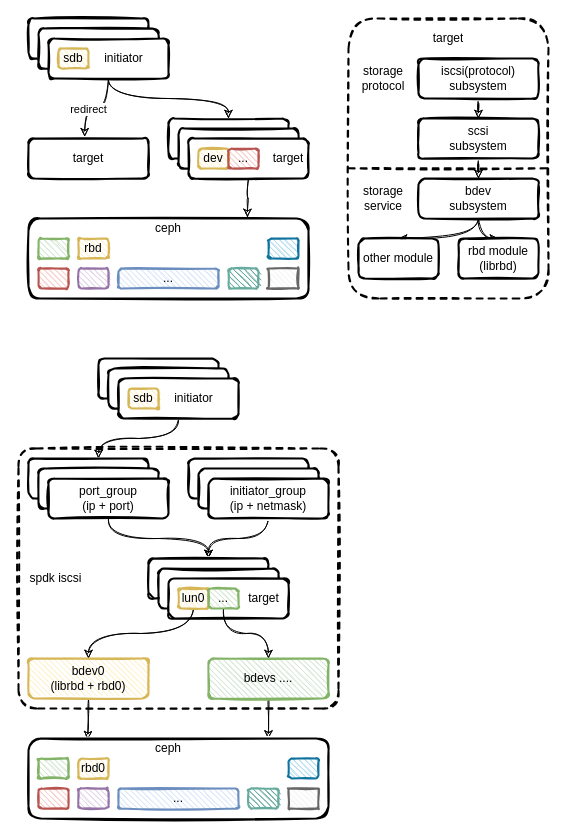
Before: page "spdk_ceph" (1 of 2) of spdk/spdk_iscsi.drawio in EarthWind/deeparch, a draw.io diagram. Source tidied: cells renumbered, new cells numbered last; positions are measured from the earlier drawing's top-left corner, leaving out a move shared by most shapes. Both pictures are drawn from the tidied source at 100%, with x=0, y=0 at pixel (18, 18).
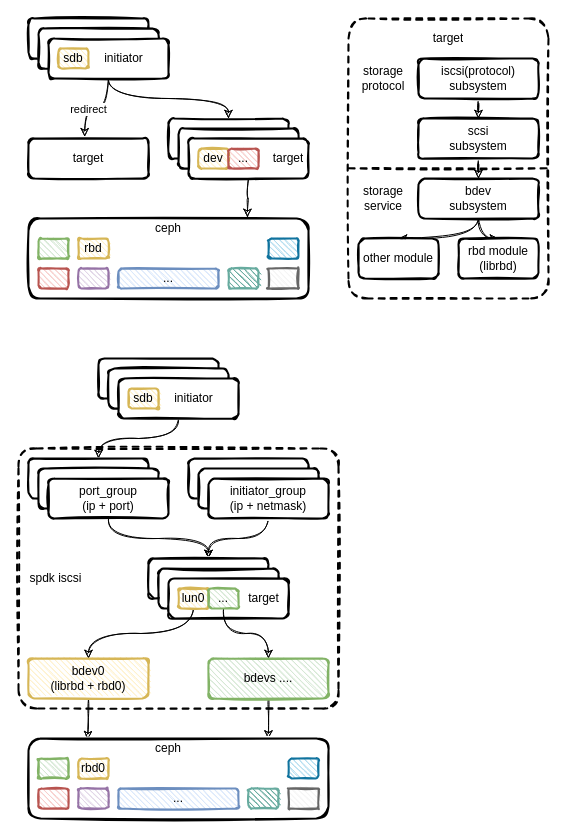
The same page after the edit.

Diff of the diagram source:
```diff
@@
-    <mxCell id="3" style="rounded=1;whiteSpace=wrap;html=1;strokeWidth=2;fillWeight=4;hachureGap=8;hachureAngle=45;sketch=1;shadow=0;fontSize=12;fontColor=#000000;fillColor=#FFFFFF;dashed=1;" parent="1" vertex="1">
+    <mxCell id="3" style="rounded=1;whiteSpace=wrap;html=1;strokeWidth=2;fillWeight=4;hachureGap=8;hachureAngle=45;sketch=1;shadow=0;fontSize=12;fontColor=#000000;fillColor=#FFFFFF;dashed=1;arcSize=10;" parent="1" vertex="1">
       <mxGeometry x="330" width="200" height="280" as="geometry" />
     </mxCell>
```
